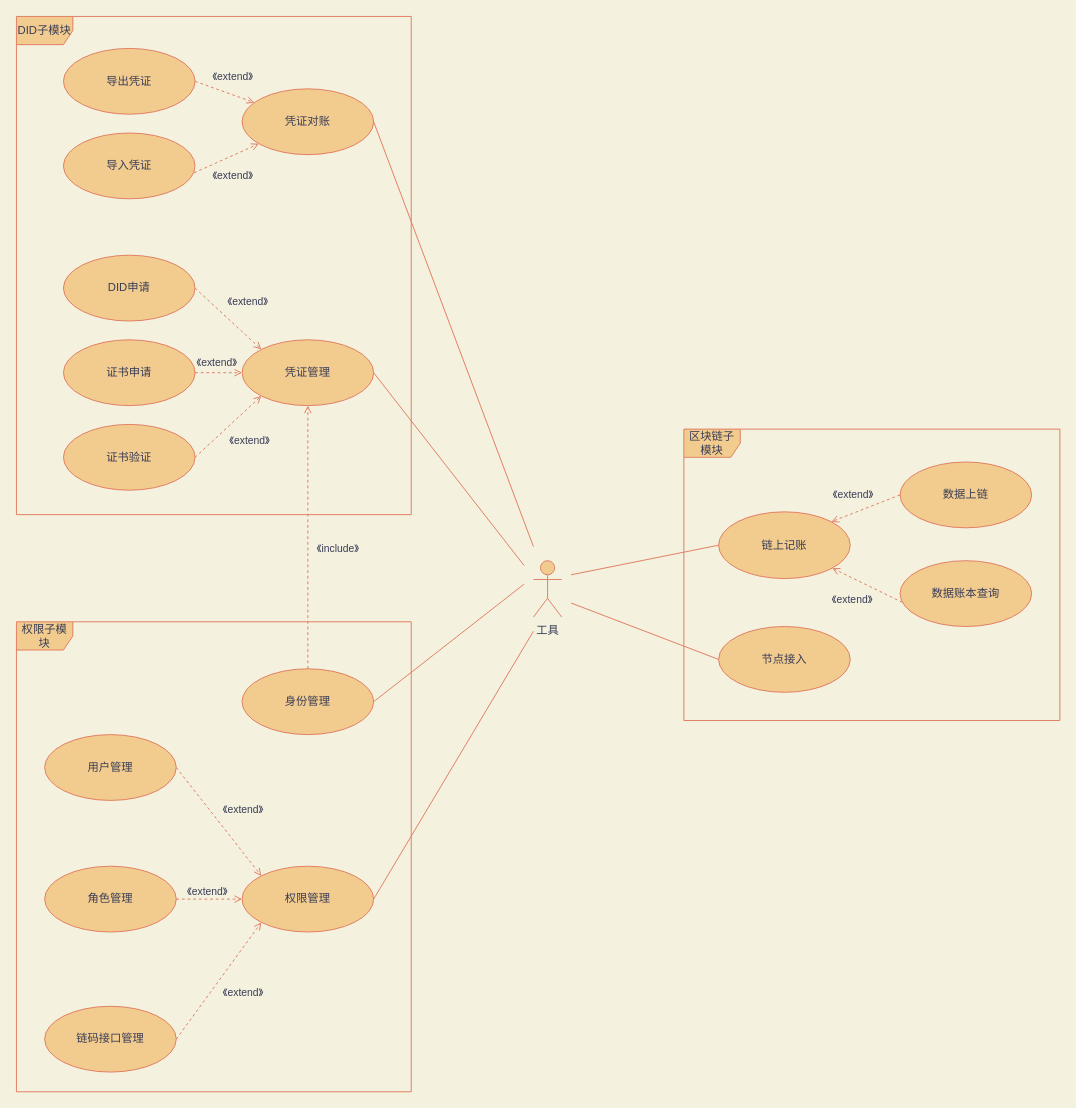
The draw.io diagram 用例图.drawio in doubleBeans/doubleBeans, before the edit. Source tidied: cells renumbered, new cells numbered last; positions are measured from the earlier drawing's top-left corner, leaving out a move shared by most shapes. Both pictures are drawn from the tidied source at 94%, with x=0, y=0 at pixel (16, 16).
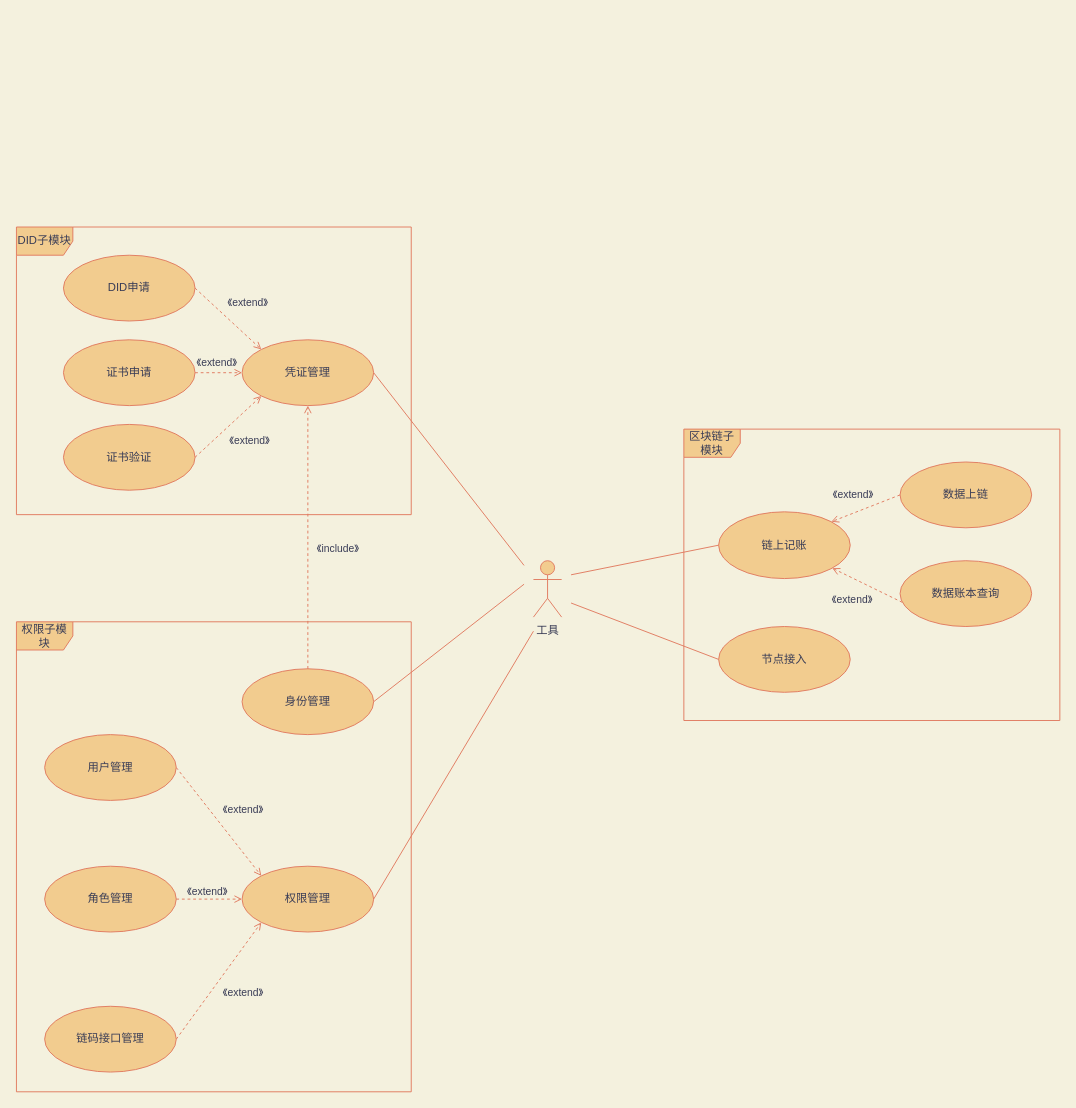
The same page after the edit.

Change to the diagram source:
```diff
@@
     <mxCell id="2" value="DID子模块" style="shape=umlFrame;whiteSpace=wrap;html=1;fillColor=#F2CC8F;strokeColor=#E07A5F;fontColor=#393C56;" parent="1" vertex="1">
-      <mxGeometry width="420" height="530" as="geometry" />
+      <mxGeometry y="224" width="420" height="306" as="geometry" />
     </mxCell>
-    <mxCell id="3" value="凭证对账" style="ellipse;whiteSpace=wrap;html=1;fillColor=#F2CC8F;strokeColor=#E07A5F;fontColor=#393C56;" parent="1" vertex="1">
-      <mxGeometry x="240" y="77" width="140" height="70" as="geometry" />
-    </mxCell>
-    <mxCell id="4" value="导出凭证" style="ellipse;whiteSpace=wrap;html=1;fillColor=#F2CC8F;strokeColor=#E07A5F;fontColor=#393C56;" parent="1" vertex="1">
-      <mxGeometry x="50" y="34" width="140" height="70" as="geometry" />
-    </mxCell>
-    <mxCell id="5" value="导入凭证" style="ellipse;whiteSpace=wrap;html=1;fillColor=#F2CC8F;strokeColor=#E07A5F;fontColor=#393C56;" parent="1" vertex="1">
-      <mxGeometry x="50" y="124" width="140" height="70" as="geometry" />
-    </mxCell>
-    <mxCell id="6" style="endArrow=open;html=1;rounded=0;exitX=1;exitY=0.5;exitDx=0;exitDy=0;dashed=1;endFill=0;labelBackgroundColor=#F4F1DE;strokeColor=#E07A5F;fontColor=#393C56;" parent="1" edge="1" source="4" target="3">
-      <mxGeometry relative="1" as="geometry" />
-    </mxCell>
-    <mxCell id="7" value="《extend》" style="edgeLabel;html=1;align=center;verticalAlign=middle;labelBackgroundColor=#F4F1DE;fontColor=#393C56;" parent="6" vertex="1">
-      <mxGeometry x="-0.36" y="-2" relative="1" as="geometry">
-        <mxPoint x="20" y="-14" as="offset" />
-      </mxGeometry>
-    </mxCell>
-    <mxCell id="8" style="endArrow=open;html=1;rounded=0;dashed=1;exitX=0.993;exitY=0.605;exitDx=0;exitDy=0;exitPerimeter=0;endFill=0;labelBackgroundColor=#F4F1DE;strokeColor=#E07A5F;fontColor=#393C56;" parent="1" edge="1" source="5" target="3">
-      <mxGeometry relative="1" as="geometry" />
-    </mxCell>
-    <mxCell id="9" value="《extend》" style="edgeLabel;html=1;align=center;verticalAlign=middle;labelBackgroundColor=#F4F1DE;fontColor=#393C56;" parent="8" vertex="1">
-      <mxGeometry x="-0.43" y="-4" relative="1" as="geometry">
-        <mxPoint x="19" y="8" as="offset" />
-      </mxGeometry>
-    </mxCell>
@@
-    <mxCell id="29" style="endArrow=none;html=1;rounded=0;exitX=1;exitY=0.5;exitDx=0;exitDy=0;labelBackgroundColor=#F4F1DE;strokeColor=#E07A5F;fontColor=#393C56;" parent="1" edge="1" source="3">
-      <mxGeometry relative="1" as="geometry">
-        <mxPoint x="550" y="564" as="targetPoint" />
-      </mxGeometry>
-    </mxCell>
```
